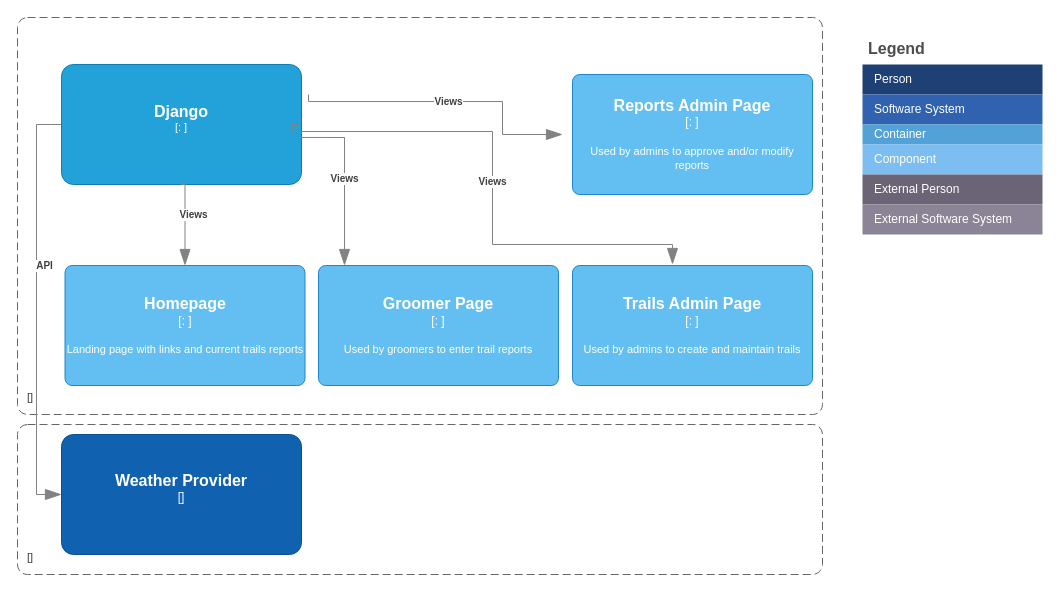
The draw.io diagram docs/C4/djangocomponent-C4.drawio in bartelsjoshuac/Corduroy, before the edit. Source tidied: cells renumbered, new cells numbered last; positions are measured from the earlier drawing's top-left corner, leaving out a move shared by most shapes. Both pictures are drawn from the tidied source at 100%, with x=0, y=0 at pixel (17, 17).
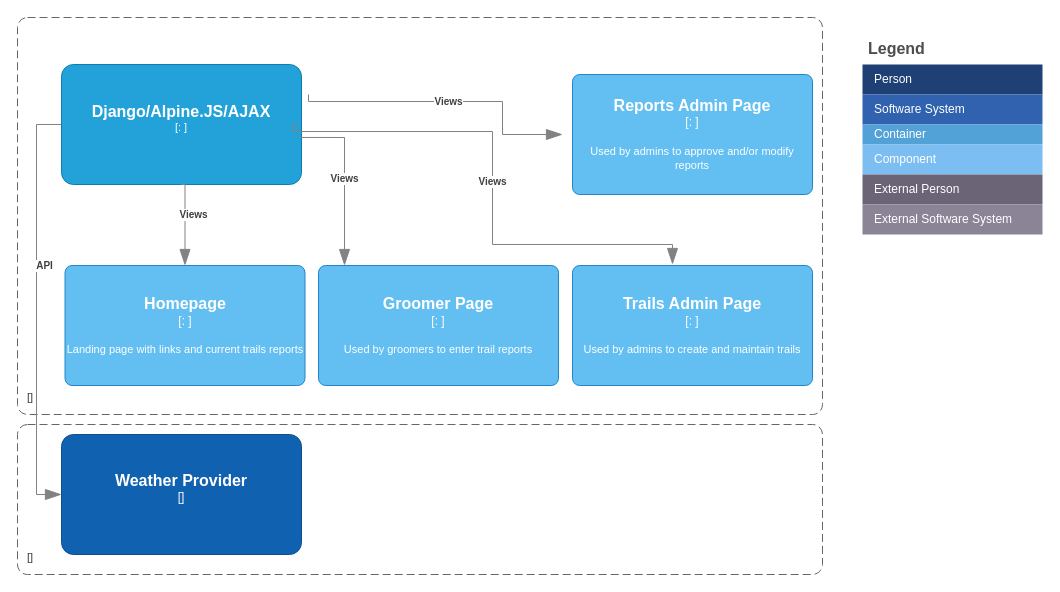
The same diagram, later.

Change to the diagram source:
```diff
@@
-    <object id="15" label="&lt;font style=&quot;font-size: 16px&quot;&gt;&lt;b&gt;%c4Name%&lt;/b&gt;&lt;/font&gt;&lt;div&gt;[%c4Type%: %c4Technology%]&lt;/div&gt;&lt;br&gt;&lt;div&gt;&lt;font style=&quot;font-size: 11px&quot;&gt;&lt;font color=&quot;#E6E6E6&quot;&gt;%c4Description%&lt;/font&gt;&lt;/div&gt;" c4Description="" c4Name="Django" c4Technology="" c4Type="" placeholders="1">
+    <object id="15" label="&lt;font style=&quot;font-size: 16px&quot;&gt;&lt;b&gt;%c4Name%&lt;/b&gt;&lt;/font&gt;&lt;div&gt;[%c4Type%: %c4Technology%]&lt;/div&gt;&lt;br&gt;&lt;div&gt;&lt;font style=&quot;font-size: 11px&quot;&gt;&lt;font color=&quot;#E6E6E6&quot;&gt;%c4Description%&lt;/font&gt;&lt;/div&gt;" c4Description="" c4Name="Django/Alpine.JS/AJAX" c4Technology="" c4Type="" placeholders="1">
       <mxCell style="rounded=1;whiteSpace=wrap;html=1;fontSize=11;labelBackgroundColor=none;fillColor=#23A2D9;fontColor=#ffffff;align=center;arcSize=10;strokeColor=#0E7DAD;points=[[0.25,0,0],[0.5,0,0],[0.75,0,0],[1,0.25,0],[1,0.5,0],[1,0.75,0],[0.75,1,0],[0.5,1,0],[0.25,1,0],[0,0.75,0],[0,0.5,0],[0,0.25,0]];" parent="1" vertex="1">
         <mxGeometry x="44" y="47" width="240" height="120" as="geometry" />
       </mxCell>
     </object>
```
